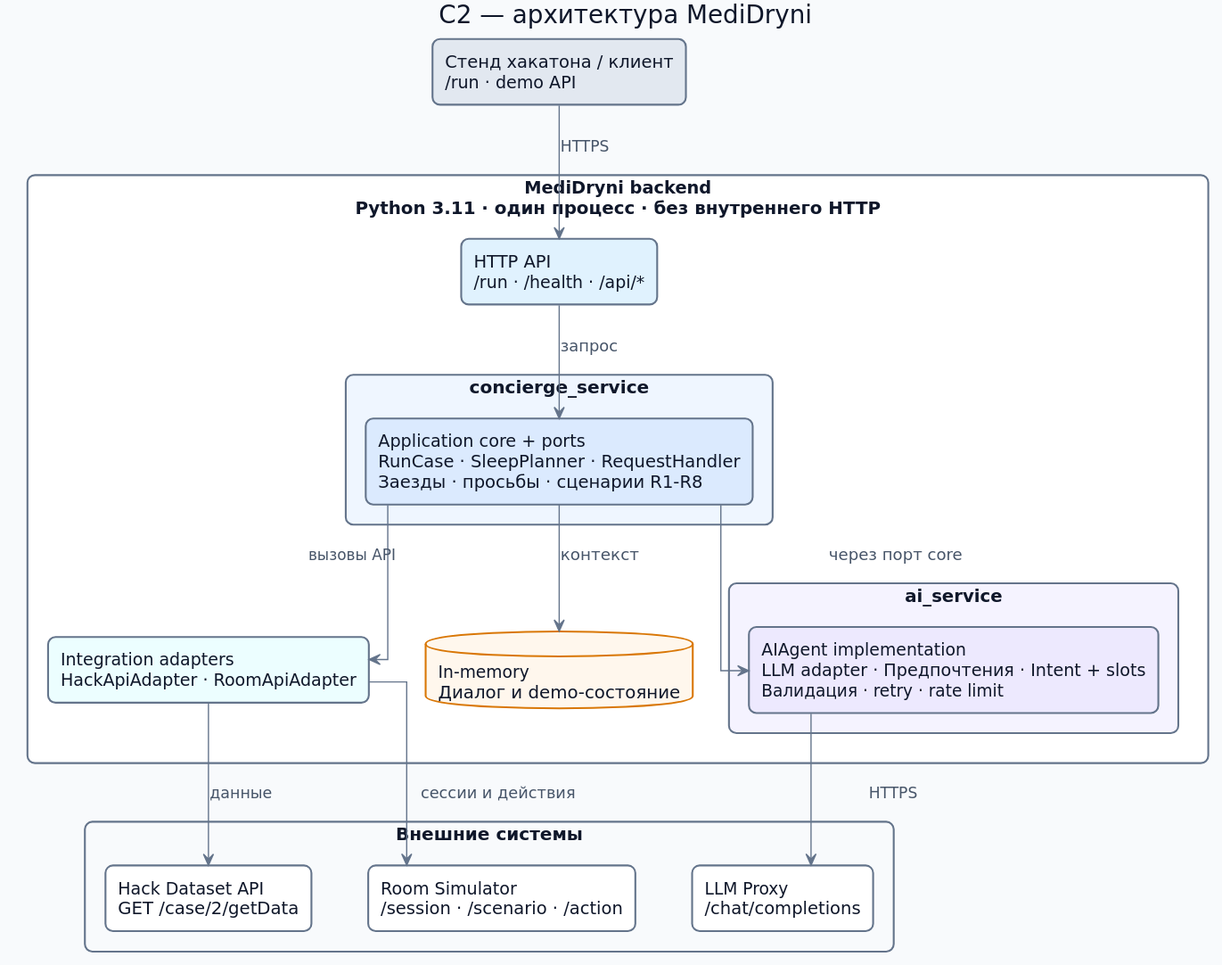
The PlantUML diagram docs/plan/c2-component.svg in Krovenmor/sain-hack-2026-MediDryni, before a commit. Its source is kept beside it as docs/plan/c2-component.puml.
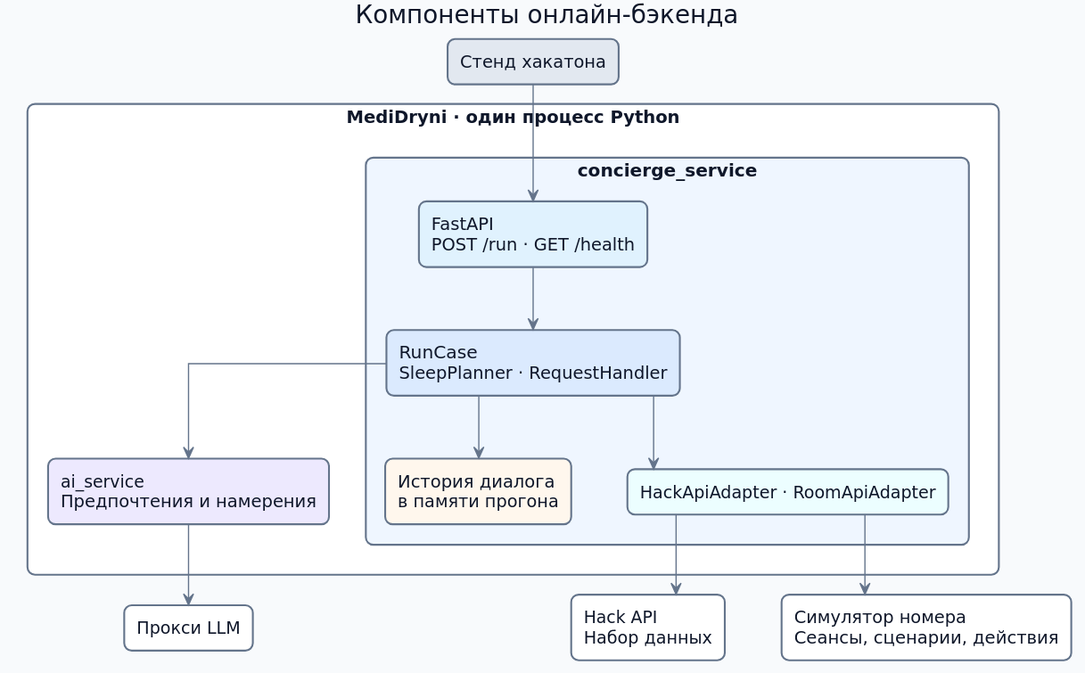
After the change.

Diff of the diagram source:
```diff
@@ -1,5 +1,5 @@
 @startuml
-title C2 — архитектура MediDryni
+title Компоненты онлайн-бэкенда
 
 skinparam backgroundColor #F8FAFC
 skinparam defaultFontName "DejaVu Sans"
@@ -19,40 +19,29 @@
   BorderColor #64748B
   FontColor #0F172A
 }
-skinparam database {
-  BorderColor #D97706
-  FontColor #0F172A
+
+rectangle "Стенд хакатона" as caller #E2E8F0
+
+rectangle "MediDryni · один процесс Python" #FFFFFF {
+  rectangle "concierge_service" #EFF6FF {
+    rectangle "FastAPI\nPOST /run · GET /health" as http #E0F2FE
+    rectangle "RunCase\nSleepPlanner · RequestHandler" as core #DBEAFE
+    rectangle "История диалога\nв памяти прогона" as store #FFF7ED
+    rectangle "HackApiAdapter · RoomApiAdapter" as adapters #ECFEFF
+  }
+  rectangle "ai_service\nПредпочтения и намерения" as ai #EDE9FE
 }
 
-rectangle "Стенд хакатона / клиент\n/run · demo API" as caller #E2E8F0
+rectangle "Hack API\nНабор данных" as dataset #FFFFFF
+rectangle "Симулятор номера\nСеансы, сценарии, действия" as room #FFFFFF
+rectangle "Прокси LLM" as llm #FFFFFF
 
-rectangle "MediDryni backend\nPython 3.11 · один процесс · без внутреннего HTTP" #FFFFFF {
-  rectangle "HTTP API\n/run · /health · /api/*" as http #E0F2FE
-
-  rectangle "concierge_service" #EFF6FF {
-    rectangle "Application core + ports\nRunCase · SleepPlanner · RequestHandler\nЗаезды · просьбы · сценарии R1–R8" as core #DBEAFE
-  }
-
-  rectangle "ai_service" #F5F3FF {
-    rectangle "AIAgent implementation\nLLM adapter · Предпочтения · Intent + slots\nВалидация · retry · rate limit" as ai #EDE9FE
-  }
-
-  rectangle "Integration adapters\nHackApiAdapter · RoomApiAdapter" as adapters #ECFEFF
-  database "In-memory\nДиалог и demo-состояние" as store #FFF7ED
-}
-
-rectangle "Внешние системы" #F8FAFC {
-  rectangle "Hack Dataset API\nGET /case/2/getData" as dataset #FFFFFF
-  rectangle "Room Simulator\n/session · /scenario · /action" as room #FFFFFF
-  rectangle "LLM Proxy\n/chat/completions" as llm #FFFFFF
-}
-
-caller --> http : HTTPS
-http --> core : запрос
-core --> ai : через порт core
-core --> store : контекст
-core --> adapters : вызовы API
-ai --> llm : HTTPS
-adapters --> dataset : данные
-adapters --> room : сессии и действия
+caller --> http
+http --> core
+core --> ai
+core --> adapters
+core --> store
+adapters --> dataset
+adapters --> room
+ai --> llm
 @enduml
```
